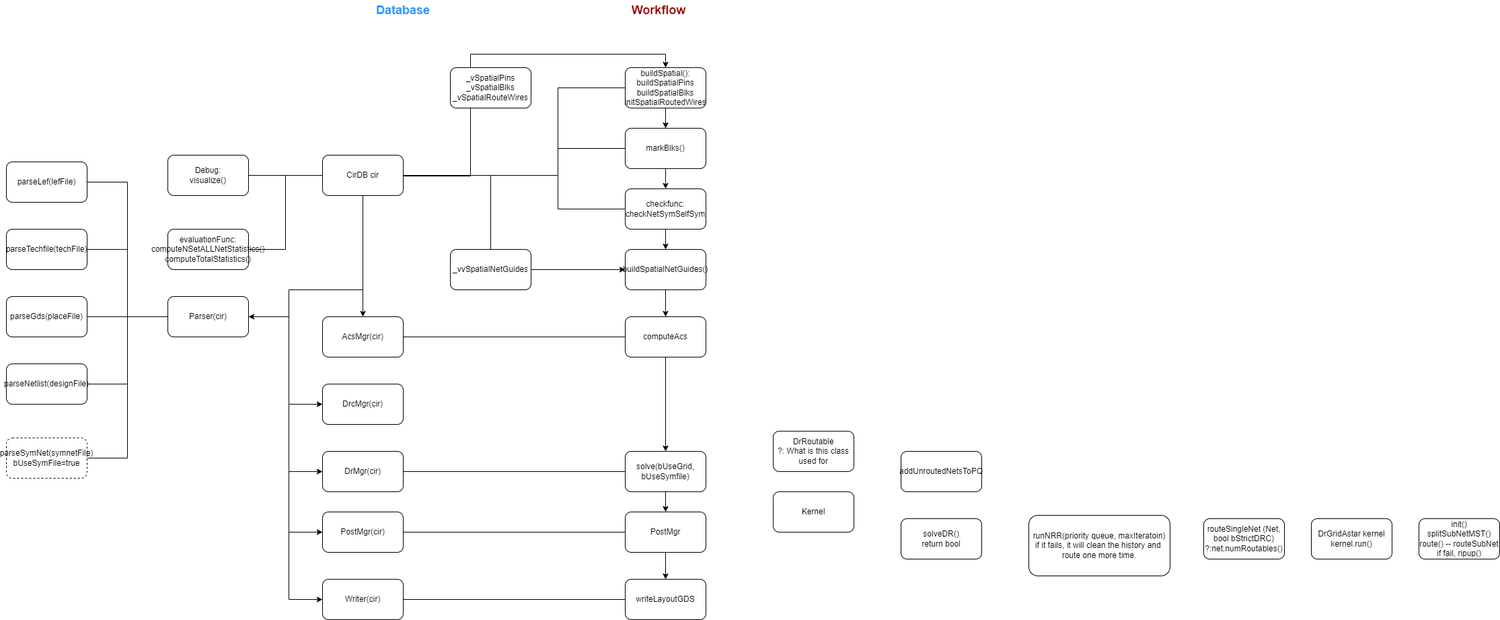
ajiann/drawio keeps this draw.io diagram as anaroute.drawio.png. Above is the earlier version. Source tidied: cells renumbered, new cells last; positions are measured from the earlier drawing's top-left corner, leaving out a move shared by most shapes.
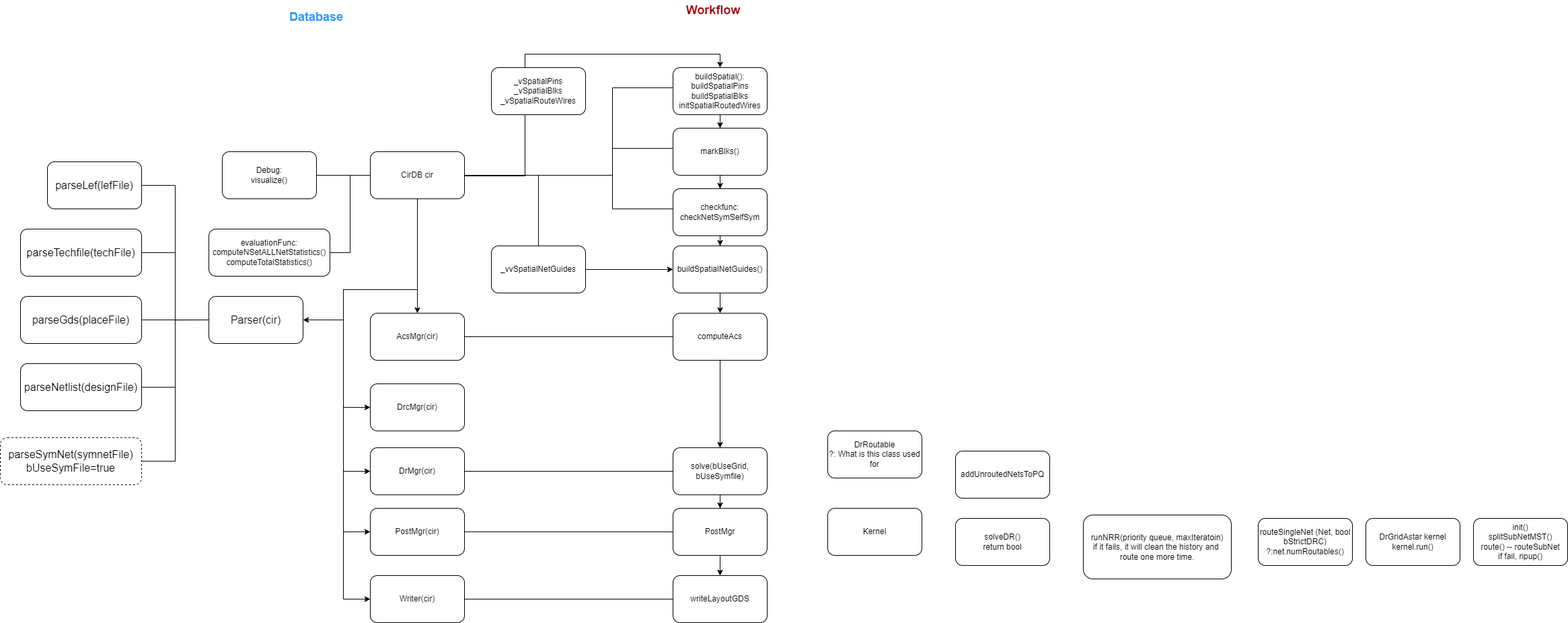
The same file after the commit.

What changed in the source:
```diff
@@ -8,15 +8,6 @@
     <mxCell id="3" style="edgeStyle=orthogonalEdgeStyle;rounded=0;jettySize=auto;html=1;entryX=0.5;entryY=0;entryDx=0;entryDy=0;" parent="1" edge="1" source="15" target="26">
       <mxGeometry relative="1" as="geometry" />
     </mxCell>
-    <mxCell id="4" style="edgeStyle=orthogonalEdgeStyle;rounded=0;jettySize=auto;html=1;entryX=0;entryY=0.5;entryDx=0;entryDy=0;" parent="1" edge="1" source="15" target="30">
-      <mxGeometry relative="1" as="geometry">
-        <Array as="points">
-          <mxPoint x="530" y="430" />
-          <mxPoint x="420" y="430" />
-          <mxPoint x="420" y="600" />
-        </Array>
-      </mxGeometry>
-    </mxCell>
     <mxCell id="5" style="edgeStyle=orthogonalEdgeStyle;rounded=0;jettySize=auto;html=1;entryX=0;entryY=0.5;entryDx=0;entryDy=0;" parent="1" edge="1" source="15" target="32">
       <mxGeometry relative="1" as="geometry">
         <Array as="points">
@@ -76,7 +67,7 @@
         <Array as="points">
           <mxPoint x="530" y="430" />
           <mxPoint x="420" y="430" />
-          <mxPoint x="420" y="470" />
+          <mxPoint x="420" y="475" />
         </Array>
       </mxGeometry>
     </mxCell>
@@ -93,122 +84,125 @@
     <mxCell id="14" style="edgeStyle=orthogonalEdgeStyle;rounded=0;jettySize=auto;html=1;endArrow=none;endFill=0;" parent="1" edge="1" source="15" target="58">
       <mxGeometry relative="1" as="geometry" />
     </mxCell>
+    <mxCell id="4" style="edgeStyle=orthogonalEdgeStyle;rounded=0;jettySize=auto;html=1;entryX=0;entryY=0.5;entryDx=0;entryDy=0;fontFamily=Helvetica;fontSize=12;fontColor=default;" parent="1" edge="1" source="15" target="30">
+      <mxGeometry relative="1" as="geometry">
+        <Array as="points">
+          <mxPoint x="530" y="430" />
+          <mxPoint x="420" y="430" />
+          <mxPoint x="420" y="605" />
+        </Array>
+      </mxGeometry>
+    </mxCell>
     <mxCell id="15" value="CirDB cir" style="rounded=1;whiteSpace=wrap;html=1;" parent="1" vertex="1">
-      <mxGeometry x="470" y="230" width="120" height="60" as="geometry" />
+      <mxGeometry x="460" y="225" width="140" height="70" as="geometry" />
     </mxCell>
     <mxCell id="16" style="edgeStyle=orthogonalEdgeStyle;rounded=0;jettySize=auto;html=1;entryX=0.5;entryY=0;entryDx=0;entryDy=0;" parent="1" edge="1" source="17" target="19">
       <mxGeometry relative="1" as="geometry" />
     </mxCell>
-    <mxCell id="17" value="buildSpatial():&lt;div&gt;buildSpatialPins&lt;br&gt;&lt;/div&gt;&lt;div&gt;buildSpatialBlks&lt;br&gt;&lt;/div&gt;&lt;div&gt;initSpatialRoutedWires&lt;br&gt;&lt;/div&gt;" style="rounded=1;whiteSpace=wrap;html=1;" parent="1" vertex="1">
-      <mxGeometry x="920" y="100" width="120" height="60" as="geometry" />
+    <mxCell id="17" value="buildSpatial():&lt;div&gt;buildSpatialPins&lt;br&gt;&lt;/div&gt;&lt;div&gt;buildSpatialBlks&lt;br&gt;&lt;/div&gt;&lt;div&gt;initSpatialRoutedWires&lt;br&gt;&lt;/div&gt;" style="rounded=1;whiteSpace=wrap;html=1;strokeColor=default;align=center;verticalAlign=middle;fontFamily=Helvetica;fontSize=12;fontColor=default;fillColor=default;" parent="1" vertex="1">
+      <mxGeometry x="910" y="100" width="140" height="70" as="geometry" />
     </mxCell>
     <mxCell id="18" style="edgeStyle=orthogonalEdgeStyle;rounded=0;jettySize=auto;html=1;entryX=0.5;entryY=0;entryDx=0;entryDy=0;" parent="1" edge="1" source="19" target="21">
       <mxGeometry relative="1" as="geometry" />
     </mxCell>
-    <mxCell id="19" value="markBlks()" style="rounded=1;whiteSpace=wrap;html=1;" parent="1" vertex="1">
-      <mxGeometry x="920" y="190" width="120" height="60" as="geometry" />
+    <mxCell id="19" value="markBlks()" style="rounded=1;whiteSpace=wrap;html=1;strokeColor=default;align=center;verticalAlign=middle;fontFamily=Helvetica;fontSize=12;fontColor=default;fillColor=default;" parent="1" vertex="1">
+      <mxGeometry x="910" y="190" width="140" height="70" as="geometry" />
     </mxCell>
     <mxCell id="20" style="edgeStyle=orthogonalEdgeStyle;rounded=0;jettySize=auto;html=1;entryX=0.5;entryY=0;entryDx=0;entryDy=0;" parent="1" edge="1" source="21" target="24">
       <mxGeometry relative="1" as="geometry" />
     </mxCell>
     <mxCell id="21" value="&lt;div&gt;checkfunc:&lt;/div&gt;checkNetSymSelfSym" style="rounded=1;whiteSpace=wrap;html=1;" parent="1" vertex="1">
-      <mxGeometry x="920" y="280" width="120" height="60" as="geometry" />
+      <mxGeometry x="910" y="280" width="140" height="70" as="geometry" />
     </mxCell>
-    <mxCell id="22" value="Parser(cir)" style="rounded=1;whiteSpace=wrap;html=1;" parent="1" vertex="1">
-      <mxGeometry x="240" y="440" width="120" height="60" as="geometry" />
+    <mxCell id="22" value="&lt;font style=&quot;font-size: 16px;&quot;&gt;Parser(cir)&lt;/font&gt;" style="rounded=1;whiteSpace=wrap;html=1;" parent="1" vertex="1">
+      <mxGeometry x="220" y="440" width="140" height="70" as="geometry" />
     </mxCell>
     <mxCell id="23" style="edgeStyle=orthogonalEdgeStyle;rounded=0;jettySize=auto;html=1;entryX=0.5;entryY=0;entryDx=0;entryDy=0;" parent="1" edge="1" source="24" target="28">
       <mxGeometry relative="1" as="geometry" />
     </mxCell>
     <mxCell id="24" value="buildSpatialNetGuides()" style="rounded=1;whiteSpace=wrap;html=1;" parent="1" vertex="1">
-      <mxGeometry x="920" y="370" width="120" height="60" as="geometry" />
+      <mxGeometry x="910" y="365" width="140" height="70" as="geometry" />
     </mxCell>
     <mxCell id="25" style="edgeStyle=orthogonalEdgeStyle;rounded=0;jettySize=auto;html=1;endArrow=none;endFill=0;" parent="1" edge="1" source="26" target="28">
       <mxGeometry relative="1" as="geometry" />
     </mxCell>
     <mxCell id="26" value="AcsMgr(cir)" style="rounded=1;whiteSpace=wrap;html=1;" parent="1" vertex="1">
-      <mxGeometry x="470" y="470" width="120" height="60" as="geometry" />
+      <mxGeometry x="460" y="465" width="140" height="70" as="geometry" />
     </mxCell>
     <mxCell id="27" style="edgeStyle=orthogonalEdgeStyle;rounded=0;jettySize=auto;html=1;entryX=0.5;entryY=0;entryDx=0;entryDy=0;" parent="1" edge="1" source="28" target="34">
       <mxGeometry relative="1" as="geometry" />
     </mxCell>
     <mxCell id="28" value="computeAcs" style="rounded=1;whiteSpace=wrap;html=1;" parent="1" vertex="1">
-      <mxGeometry x="920" y="470" width="120" height="60" as="geometry" />
+      <mxGeometry x="910" y="465" width="140" height="70" as="geometry" />
     </mxCell>
     <mxCell id="29" value="&lt;div&gt;Debug:&lt;/div&gt;visualize()" style="rounded=1;whiteSpace=wrap;html=1;" parent="1" vertex="1">
-      <mxGeometry x="240" y="230" width="120" height="60" as="geometry" />
+      <mxGeometry x="240" y="225" width="140" height="70" as="geometry" />
     </mxCell>
     <mxCell id="30" value="DrcMgr(cir)" style="rounded=1;whiteSpace=wrap;html=1;" parent="1" vertex="1">
-      <mxGeometry x="470" y="570" width="120" height="60" as="geometry" />
+      <mxGeometry x="460" y="570" width="140" height="70" as="geometry" />
     </mxCell>
-    <mxCell id="31" style="edgeStyle=orthogonalEdgeStyle;rounded=0;jettySize=auto;html=1;entryX=0;entryY=0.5;entryDx=0;entryDy=0;endArrow=none;endFill=0;" parent="1" edge="1" source="32" target="34">
+    <mxCell id="31" style="edgeStyle=orthogonalEdgeStyle;rounded=0;jettySize=auto;html=1;entryX=0;entryY=0.5;entryDx=0;entryDy=0;fontFamily=Helvetica;fontSize=12;fontColor=default;endArrow=none;endFill=0;" parent="1" edge="1" source="32" target="34">
       <mxGeometry relative="1" as="geometry" />
     </mxCell>
     <mxCell id="32" value="DrMgr(cir)" style="rounded=1;whiteSpace=wrap;html=1;" parent="1" vertex="1">
-      <mxGeometry x="470" y="670" width="120" height="60" as="geometry" />
+      <mxGeometry x="460" y="665" width="140" height="70" as="geometry" />
     </mxCell>
-    <mxCell id="33" style="edgeStyle=orthogonalEdgeStyle;rounded=0;jettySize=auto;html=1;entryX=0.5;entryY=0;entryDx=0;entryDy=0;" parent="1" edge="1" source="34" target="38">
-      <mxGeometry relative="1" as="geometry" />
-    </mxCell>
-    <mxCell id="34" value="solve(bUseGrid, bUseSymfile)" style="rounded=1;whiteSpace=wrap;html=1;" parent="1" vertex="1">
-      <mxGeometry x="920" y="670" width="120" height="60" as="geometry" />
-    </mxCell>
     <mxCell id="35" style="edgeStyle=orthogonalEdgeStyle;rounded=0;jettySize=auto;html=1;endArrow=none;endFill=0;" parent="1" edge="1" source="36" target="38">
       <mxGeometry relative="1" as="geometry" />
     </mxCell>
     <mxCell id="36" value="PostMgr(cir)" style="rounded=1;whiteSpace=wrap;html=1;" parent="1" vertex="1">
-      <mxGeometry x="470" y="760" width="120" height="60" as="geometry" />
+      <mxGeometry x="460" y="755" width="140" height="70" as="geometry" />
     </mxCell>
     <mxCell id="37" style="edgeStyle=orthogonalEdgeStyle;rounded=0;jettySize=auto;html=1;entryX=0.5;entryY=0;entryDx=0;entryDy=0;" parent="1" edge="1" source="38" target="41">
       <mxGeometry relative="1" as="geometry" />
     </mxCell>
     <mxCell id="38" value="PostMgr" style="rounded=1;whiteSpace=wrap;html=1;" parent="1" vertex="1">
-      <mxGeometry x="920" y="760" width="120" height="60" as="geometry" />
+      <mxGeometry x="910" y="755" width="140" height="70" as="geometry" />
     </mxCell>
     <mxCell id="39" style="edgeStyle=orthogonalEdgeStyle;rounded=0;jettySize=auto;html=1;entryX=0;entryY=0.5;entryDx=0;entryDy=0;endArrow=none;endFill=0;" parent="1" edge="1" source="40" target="41">
       <mxGeometry relative="1" as="geometry" />
     </mxCell>
     <mxCell id="40" value="Writer(cir)" style="rounded=1;whiteSpace=wrap;html=1;" parent="1" vertex="1">
-      <mxGeometry x="470" y="860" width="120" height="60" as="geometry" />
+      <mxGeometry x="460" y="855" width="140" height="70" as="geometry" />
     </mxCell>
     <mxCell id="41" value="writeLayoutGDS" style="rounded=1;whiteSpace=wrap;html=1;" parent="1" vertex="1">
-      <mxGeometry x="920" y="860" width="120" height="60" as="geometry" />
+      <mxGeometry x="910" y="855" width="140" height="70" as="geometry" />
     </mxCell>
     <mxCell id="42" value="evaluationFunc:&lt;div&gt;&lt;/div&gt;&lt;div&gt;computeNSetALLNetStatistics()&lt;/div&gt;&lt;div&gt;computeTotalStatistics()&lt;/div&gt;" style="rounded=1;whiteSpace=wrap;html=1;" parent="1" vertex="1">
-      <mxGeometry x="240" y="340" width="120" height="60" as="geometry" />
+      <mxGeometry x="220" y="340" width="180" height="70" as="geometry" />
     </mxCell>
     <mxCell id="43" style="edgeStyle=orthogonalEdgeStyle;rounded=0;jettySize=auto;html=1;entryX=0;entryY=0.5;entryDx=0;entryDy=0;endArrow=none;endFill=0;" parent="1" edge="1" source="44" target="22">
       <mxGeometry relative="1" as="geometry" />
     </mxCell>
-    <mxCell id="44" value="parseLef(lefFile)" style="rounded=1;whiteSpace=wrap;html=1;" parent="1" vertex="1">
-      <mxGeometry y="240" width="120" height="60" as="geometry" />
+    <mxCell id="44" value="parseLef(lefFile)" style="rounded=1;whiteSpace=wrap;html=1;strokeColor=default;align=center;verticalAlign=middle;fontFamily=Helvetica;fontSize=16;fontColor=default;fillColor=default;" parent="1" vertex="1">
+      <mxGeometry x="-20" y="240" width="140" height="70" as="geometry" />
     </mxCell>
     <mxCell id="45" style="edgeStyle=orthogonalEdgeStyle;rounded=0;jettySize=auto;html=1;entryX=0;entryY=0.5;entryDx=0;entryDy=0;endArrow=none;endFill=0;" parent="1" edge="1" source="46" target="22">
       <mxGeometry relative="1" as="geometry" />
     </mxCell>
-    <mxCell id="46" value="parseTechfile(techFile)" style="rounded=1;whiteSpace=wrap;html=1;" parent="1" vertex="1">
-      <mxGeometry y="340" width="120" height="60" as="geometry" />
+    <mxCell id="46" value="parseTechfile(techFile)" style="rounded=1;whiteSpace=wrap;html=1;fontSize=16;" parent="1" vertex="1">
+      <mxGeometry x="-60" y="340" width="180" height="70" as="geometry" />
     </mxCell>
     <mxCell id="47" style="edgeStyle=orthogonalEdgeStyle;rounded=0;jettySize=auto;html=1;entryX=0;entryY=0.5;entryDx=0;entryDy=0;endArrow=none;endFill=0;" parent="1" edge="1" source="48" target="22">
       <mxGeometry relative="1" as="geometry" />
     </mxCell>
-    <mxCell id="48" value="parseGds(placeFile)" style="rounded=1;whiteSpace=wrap;html=1;" parent="1" vertex="1">
-      <mxGeometry y="440" width="120" height="60" as="geometry" />
+    <mxCell id="48" value="parseGds(placeFile)" style="rounded=1;whiteSpace=wrap;html=1;fontSize=16;" parent="1" vertex="1">
+      <mxGeometry x="-60" y="440" width="180" height="70" as="geometry" />
     </mxCell>
     <mxCell id="49" style="edgeStyle=orthogonalEdgeStyle;rounded=0;jettySize=auto;html=1;entryX=0;entryY=0.5;entryDx=0;entryDy=0;endArrow=none;endFill=0;" parent="1" edge="1" source="50" target="22">
       <mxGeometry relative="1" as="geometry" />
     </mxCell>
-    <mxCell id="50" value="parseNetlist(designFile)" style="rounded=1;whiteSpace=wrap;html=1;" parent="1" vertex="1">
-      <mxGeometry y="540" width="120" height="60" as="geometry" />
+    <mxCell id="50" value="parseNetlist(designFile)" style="rounded=1;whiteSpace=wrap;html=1;fontSize=16;" parent="1" vertex="1">
+      <mxGeometry x="-60" y="540" width="180" height="70" as="geometry" />
     </mxCell>
     <mxCell id="51" style="edgeStyle=orthogonalEdgeStyle;rounded=0;jettySize=auto;html=1;entryX=0;entryY=0.5;entryDx=0;entryDy=0;endArrow=none;endFill=0;" parent="1" edge="1" source="52" target="22">
       <mxGeometry relative="1" as="geometry" />
     </mxCell>
-    <mxCell id="52" value="parseSymNet(symnetFile)&lt;div&gt;bUseSymFile=true&lt;/div&gt;" style="rounded=1;whiteSpace=wrap;html=1;dashed=1;" parent="1" vertex="1">
-      <mxGeometry y="650" width="120" height="60" as="geometry" />
+    <mxCell id="52" value="parseSymNet(symnetFile)&lt;div style=&quot;font-size: 16px;&quot;&gt;bUseSymFile=true&lt;/div&gt;" style="rounded=1;whiteSpace=wrap;html=1;dashed=1;fontSize=16;" parent="1" vertex="1">
+      <mxGeometry x="-90" y="650" width="210" height="70" as="geometry" />
     </mxCell>
     <mxCell id="53" value="&lt;font size=&quot;1&quot; color=&quot;#3399ff&quot; style=&quot;&quot;&gt;&lt;b style=&quot;font-size: 18px;&quot;&gt;Database&lt;/b&gt;&lt;/font&gt;" style="text;html=1;align=center;verticalAlign=middle;whiteSpace=wrap;rounded=0;" parent="1" vertex="1">
-      <mxGeometry x="560" width="60" height="30" as="geometry" />
+      <mxGeometry x="350" y="10" width="60" height="30" as="geometry" />
     </mxCell>
     <mxCell id="54" value="&lt;font color=&quot;#990000&quot; style=&quot;font-size: 18px;&quot;&gt;&lt;b&gt;Workflow&lt;/b&gt;&lt;/font&gt;" style="text;html=1;align=center;verticalAlign=middle;whiteSpace=wrap;rounded=0;" parent="1" vertex="1">
       <mxGeometry x="940" width="60" height="30" as="geometry" />
@@ -222,37 +216,43 @@
       </mxGeometry>
     </mxCell>
     <mxCell id="56" value="_vSpatialPins&lt;div&gt;_vSpatialBlks&lt;/div&gt;&lt;div&gt;_vSpatialRouteWires&lt;/div&gt;" style="rounded=1;whiteSpace=wrap;html=1;" parent="1" vertex="1">
-      <mxGeometry x="660" y="100" width="120" height="60" as="geometry" />
+      <mxGeometry x="640" y="100" width="140" height="70" as="geometry" />
     </mxCell>
     <mxCell id="57" style="edgeStyle=orthogonalEdgeStyle;rounded=0;jettySize=auto;html=1;entryX=0;entryY=0.5;entryDx=0;entryDy=0;" parent="1" edge="1" source="58" target="24">
       <mxGeometry relative="1" as="geometry" />
     </mxCell>
     <mxCell id="58" value="_vvSpatialNetGuides" style="rounded=1;whiteSpace=wrap;html=1;" parent="1" vertex="1">
-      <mxGeometry x="660" y="370" width="120" height="60" as="geometry" />
+      <mxGeometry x="640" y="365" width="140" height="70" as="geometry" />
     </mxCell>
     <mxCell id="59" value="DrRoutable&lt;div&gt;?: What is this class used for&lt;/div&gt;" style="rounded=1;whiteSpace=wrap;html=1;" parent="1" vertex="1">
-      <mxGeometry x="1140" y="640" width="120" height="60" as="geometry" />
+      <mxGeometry x="1140" y="640" width="140" height="70" as="geometry" />
     </mxCell>
     <mxCell id="60" value="Kernel" style="rounded=1;whiteSpace=wrap;html=1;" parent="1" vertex="1">
-      <mxGeometry x="1140" y="730" width="120" height="60" as="geometry" />
+      <mxGeometry x="1140" y="755" width="140" height="70" as="geometry" />
     </mxCell>
     <mxCell id="61" value="addUnroutedNetsToPQ" style="rounded=1;whiteSpace=wrap;html=1;" parent="1" vertex="1">
-      <mxGeometry x="1330" y="670" width="120" height="60" as="geometry" />
+      <mxGeometry x="1330" y="670" width="140" height="70" as="geometry" />
     </mxCell>
     <mxCell id="62" value="solveDR()&lt;div&gt;return bool&lt;/div&gt;" style="rounded=1;whiteSpace=wrap;html=1;" parent="1" vertex="1">
-      <mxGeometry x="1330" y="770" width="120" height="60" as="geometry" />
+      <mxGeometry x="1330" y="770" width="140" height="70" as="geometry" />
     </mxCell>
     <mxCell id="63" value="runNRR(priority queue, maxIteratoin)&lt;div&gt;if it fails, it will clean the history and&amp;nbsp; route one more time.&lt;/div&gt;" style="rounded=1;whiteSpace=wrap;html=1;" parent="1" vertex="1">
-      <mxGeometry x="1520" y="765" width="210" height="90" as="geometry" />
+      <mxGeometry x="1520" y="765" width="220" height="95" as="geometry" />
     </mxCell>
     <mxCell id="64" value="routeSingleNet (Net, bool bStrictDRC)&lt;div&gt;?:net.numRoutables()&lt;/div&gt;" style="rounded=1;whiteSpace=wrap;html=1;" parent="1" vertex="1">
-      <mxGeometry x="1780" y="770" width="120" height="60" as="geometry" />
+      <mxGeometry x="1780" y="770" width="140" height="70" as="geometry" />
     </mxCell>
     <mxCell id="65" value="DrGridAstar kernel&lt;div&gt;kernel.run()&lt;/div&gt;" style="rounded=1;whiteSpace=wrap;html=1;" parent="1" vertex="1">
-      <mxGeometry x="1940" y="770" width="120" height="60" as="geometry" />
+      <mxGeometry x="1940" y="770" width="140" height="70" as="geometry" />
     </mxCell>
     <mxCell id="66" value="init()&lt;div&gt;splitSubNetMST()&lt;/div&gt;&lt;div&gt;route() -- routeSubNet&lt;/div&gt;&lt;div&gt;if fail, ripup()&lt;/div&gt;" style="rounded=1;whiteSpace=wrap;html=1;" parent="1" vertex="1">
-      <mxGeometry x="2100" y="770" width="120" height="60" as="geometry" />
+      <mxGeometry x="2100" y="770" width="140" height="70" as="geometry" />
     </mxCell>
+    <mxCell id="33" style="edgeStyle=orthogonalEdgeStyle;rounded=0;jettySize=auto;html=1;entryX=0.5;entryY=0;entryDx=0;entryDy=0;fontFamily=Helvetica;fontSize=12;fontColor=default;" parent="1" edge="1" source="34" target="38">
+      <mxGeometry relative="1" as="geometry" />
+    </mxCell>
+    <mxCell id="34" value="solve(bUseGrid, bUseSymfile)" style="rounded=1;whiteSpace=wrap;html=1;" parent="1" vertex="1">
+      <mxGeometry x="910" y="665" width="140" height="70" as="geometry" />
+    </mxCell>
   </root>
 </mxGraphModel>
```
